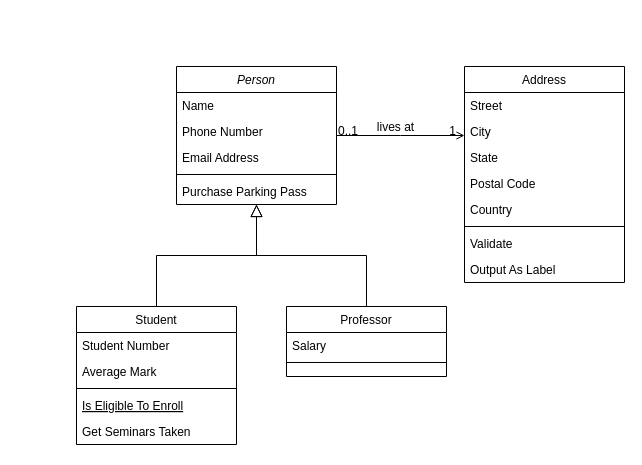
Above: Biểu đồ không có tiêu đề.drawio in luongkhanhphuong2412/MySQL (draw.io), before the change. Source tidied: cells renumbered, new cells numbered last; positions are measured from the earlier drawing's top-left corner, leaving out a move shared by most shapes. Both pictures are drawn from the tidied source at 100%, with x=0, y=0 at pixel (76, 66).
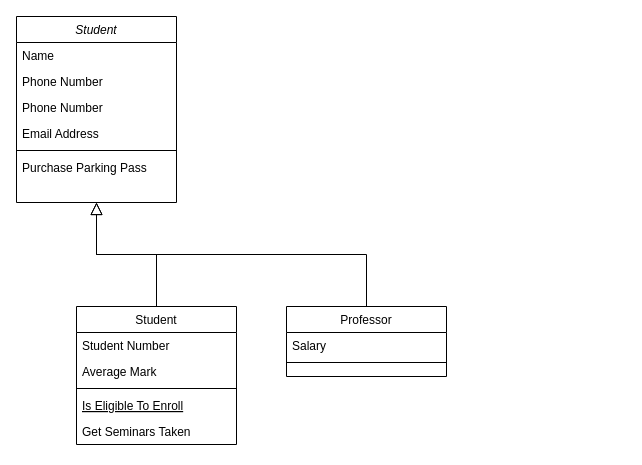
After the change.

Diff of the diagram source:
```diff
@@
-    <mxCell id="2" value="Person" style="swimlane;fontStyle=2;align=center;verticalAlign=top;horizontal=1;startSize=26;rounded=0;shadow=0;strokeWidth=1;" parent="1" vertex="1">
-      <mxGeometry x="100" width="160" height="138" as="geometry" />
+    <mxCell id="2" value="Student" style="swimlane;fontStyle=2;align=center;verticalAlign=top;horizontal=1;startSize=26;rounded=0;shadow=0;strokeWidth=1;" parent="1" vertex="1">
+      <mxGeometry x="-60" y="-50" width="160" height="186" as="geometry" />
     </mxCell>
@@
+    <mxCell id="32" value="Phone Number" style="text;align=left;verticalAlign=top;spacingLeft=4;spacingRight=4;overflow=hidden;rounded=0;shadow=0;html=0;" parent="2" vertex="1">
+      <mxGeometry y="78" width="160" height="26" as="geometry" />
+    </mxCell>
     <mxCell id="5" value="Email Address" style="text;align=left;verticalAlign=top;spacingLeft=4;spacingRight=4;overflow=hidden;rounded=0;shadow=0;html=0;" parent="2" vertex="1">
-      <mxGeometry y="78" width="160" height="26" as="geometry" />
+      <mxGeometry y="104" width="160" height="26" as="geometry" />
     </mxCell>
     <mxCell id="6" style="line;html=1;strokeWidth=1;align=left;verticalAlign=middle;spacingTop=-1;spacingLeft=3;spacingRight=3;labelPosition=right;" parent="2" vertex="1">
-      <mxGeometry y="104" width="160" height="8" as="geometry" />
+      <mxGeometry y="130" width="160" height="8" as="geometry" />
     </mxCell>
     <mxCell id="7" value="Purchase Parking Pass" style="text;align=left;verticalAlign=top;spacingLeft=4;spacingRight=4;overflow=hidden;" parent="2" vertex="1">
-      <mxGeometry y="112" width="160" height="26" as="geometry" />
+      <mxGeometry y="138" width="160" height="48" as="geometry" />
     </mxCell>
@@
-    <mxCell id="19" value="Address" style="swimlane;fontStyle=0;align=center;verticalAlign=top;horizontal=1;startSize=26;rounded=0;shadow=0;strokeWidth=1;" parent="1" vertex="1">
-      <mxGeometry x="388" width="160" height="216" as="geometry" />
-    </mxCell>
-    <mxCell id="20" value="Street" style="text;align=left;verticalAlign=top;spacingLeft=4;spacingRight=4;overflow=hidden;" parent="19" vertex="1">
-      <mxGeometry y="26" width="160" height="26" as="geometry" />
-    </mxCell>
-    <mxCell id="21" value="City" style="text;align=left;verticalAlign=top;spacingLeft=4;spacingRight=4;overflow=hidden;rounded=0;shadow=0;html=0;" parent="19" vertex="1">
-      <mxGeometry y="52" width="160" height="26" as="geometry" />
-    </mxCell>
-    <mxCell id="22" value="State" style="text;align=left;verticalAlign=top;spacingLeft=4;spacingRight=4;overflow=hidden;rounded=0;shadow=0;html=0;" parent="19" vertex="1">
-      <mxGeometry y="78" width="160" height="26" as="geometry" />
-    </mxCell>
-    <mxCell id="23" value="Postal Code" style="text;align=left;verticalAlign=top;spacingLeft=4;spacingRight=4;overflow=hidden;rounded=0;shadow=0;html=0;" parent="19" vertex="1">
-      <mxGeometry y="104" width="160" height="26" as="geometry" />
-    </mxCell>
-    <mxCell id="24" value="Country" style="text;align=left;verticalAlign=top;spacingLeft=4;spacingRight=4;overflow=hidden;rounded=0;shadow=0;html=0;" parent="19" vertex="1">
-      <mxGeometry y="130" width="160" height="26" as="geometry" />
-    </mxCell>
-    <mxCell id="25" style="line;html=1;strokeWidth=1;align=left;verticalAlign=middle;spacingTop=-1;spacingLeft=3;spacingRight=3;labelPosition=right;" parent="19" vertex="1">
-      <mxGeometry y="156" width="160" height="8" as="geometry" />
-    </mxCell>
-    <mxCell id="26" value="Validate" style="text;align=left;verticalAlign=top;spacingLeft=4;spacingRight=4;overflow=hidden;" parent="19" vertex="1">
-      <mxGeometry y="164" width="160" height="26" as="geometry" />
-    </mxCell>
-    <mxCell id="27" value="Output As Label" style="text;align=left;verticalAlign=top;spacingLeft=4;spacingRight=4;overflow=hidden;" parent="19" vertex="1">
-      <mxGeometry y="190" width="160" height="26" as="geometry" />
-    </mxCell>
-    <mxCell id="28" style="endArrow=open;shadow=0;strokeWidth=1;rounded=0;endFill=1;edgeStyle=elbowEdgeStyle;elbow=vertical;" parent="1" edge="1" source="2" target="19">
-      <mxGeometry x="0.5" y="41" relative="1" as="geometry">
-        <mxPoint x="-40" y="32" as="offset" />
-      </mxGeometry>
-    </mxCell>
-    <mxCell id="29" value="0..1" style="align=left;verticalAlign=bottom;labelBackgroundColor=none;fontSize=12;" parent="28" vertex="1">
-      <mxGeometry x="-1" relative="1" as="geometry">
-        <mxPoint y="4" as="offset" />
-      </mxGeometry>
-    </mxCell>
-    <mxCell id="30" value="1" style="align=right;verticalAlign=bottom;labelBackgroundColor=none;fontSize=12;" parent="28" vertex="1">
-      <mxGeometry x="1" relative="1" as="geometry">
-        <mxPoint x="-7" y="4" as="offset" />
-      </mxGeometry>
-    </mxCell>
-    <mxCell id="31" value="lives at" style="text;html=1;align=center;verticalAlign=middle;labelBackgroundColor=none;rounded=0;shadow=0;strokeWidth=1;fontSize=12;" parent="28" vertex="1">
-      <mxGeometry x="0.5" y="49" relative="1" as="geometry">
-        <mxPoint x="-38" y="40" as="offset" />
-      </mxGeometry>
-    </mxCell>
```
